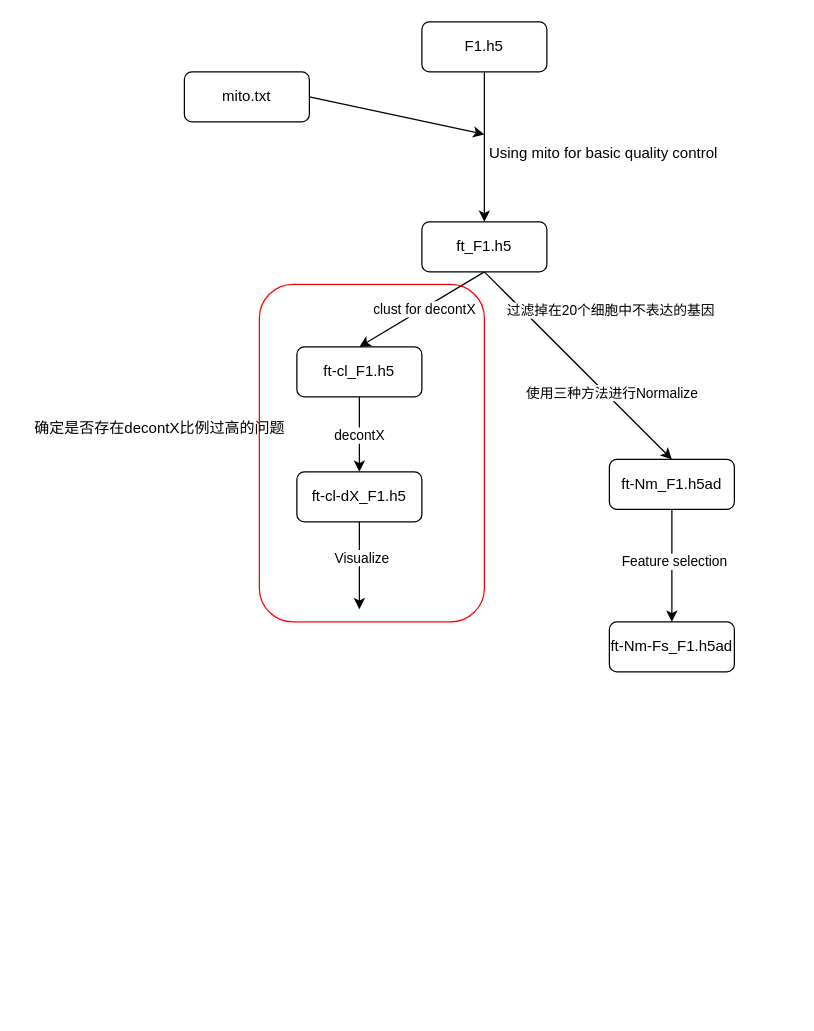
Earlier version of the draw.io diagram .structure/structure.drawio (zliu90693/downstream_analysis). Source tidied: cells renumbered, new cells numbered last; positions are measured from the earlier drawing's top-left corner, leaving out a move shared by most shapes. Both pictures are drawn from the tidied source at 125%, with x=0, y=0 at pixel (21, 21).
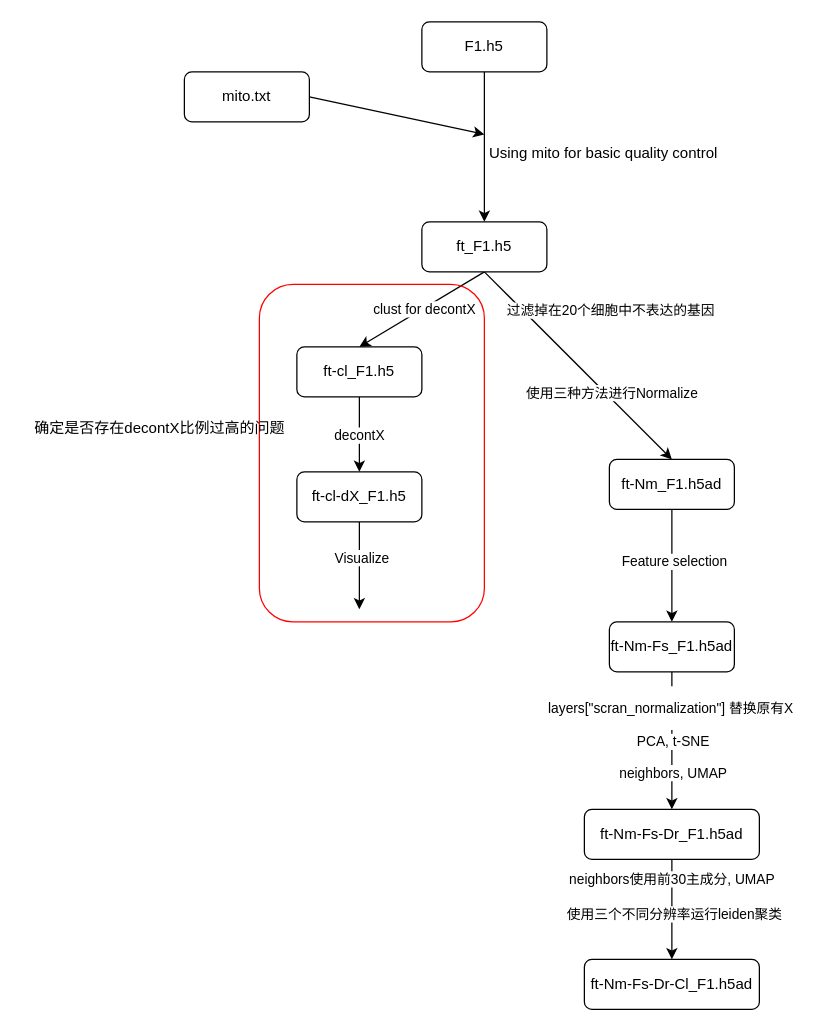
After the change.

The change refers to these unchanged cells:
```xml
<mxCell id="25" value="ft-Nm-Fs_F1.h5ad" style="rounded=1;whiteSpace=wrap;html=1;" parent="1" vertex="1">
  <mxGeometry x="470" y="480" width="100" height="40" as="geometry" />
</mxCell>
```

What changed in the source:
```diff
@@
+    <mxCell id="26" style="edgeStyle=none;html=1;exitX=0.5;exitY=1;exitDx=0;exitDy=0;" parent="1" edge="1" source="25" target="33">
+      <mxGeometry relative="1" as="geometry" />
+    </mxCell>
+    <mxCell id="27" value="&lt;p&gt;layers[&quot;scran_normalization&quot;] 替换原有X&lt;/p&gt;" style="edgeLabel;html=1;align=center;verticalAlign=middle;" parent="26" vertex="1">
+      <mxGeometry x="-0.49" y="-2" relative="1" as="geometry" />
+    </mxCell>
+    <mxCell id="28" value="PCA, t-SNE" style="edgeLabel;html=1;align=center;verticalAlign=middle;" parent="26" vertex="1">
+      <mxGeometry relative="1" as="geometry" />
+    </mxCell>
+    <mxCell id="29" value="neighbors, UMAP" style="edgeLabel;html=1;align=center;verticalAlign=middle;" parent="26" vertex="1">
+      <mxGeometry x="0.45" relative="1" as="geometry" />
+    </mxCell>
@@
+    <mxCell id="30" style="edgeStyle=none;html=1;exitX=0.5;exitY=1;exitDx=0;exitDy=0;" parent="1" edge="1" source="33" target="34">
+      <mxGeometry relative="1" as="geometry" />
+    </mxCell>
+    <mxCell id="31" value="neighbors使用前30主成分, UMAP" style="edgeLabel;html=1;align=center;verticalAlign=middle;" parent="30" vertex="1">
+      <mxGeometry x="-0.62" y="-1" relative="1" as="geometry" />
+    </mxCell>
+    <mxCell id="32" value="使用三个不同分辨率运行leiden聚类" style="edgeLabel;html=1;align=center;verticalAlign=middle;" parent="30" vertex="1">
+      <mxGeometry x="0.07" y="1" relative="1" as="geometry" />
+    </mxCell>
+    <mxCell id="33" value="ft-Nm-Fs-Dr_F1.h5ad" style="rounded=1;whiteSpace=wrap;html=1;" parent="1" vertex="1">
+      <mxGeometry x="450" y="630" width="140" height="40" as="geometry" />
+    </mxCell>
+    <mxCell id="34" value="ft-Nm-Fs-Dr-Cl_F1.h5ad" style="rounded=1;whiteSpace=wrap;html=1;" parent="1" vertex="1">
+      <mxGeometry x="450" y="750" width="140" height="40" as="geometry" />
+    </mxCell>
```
